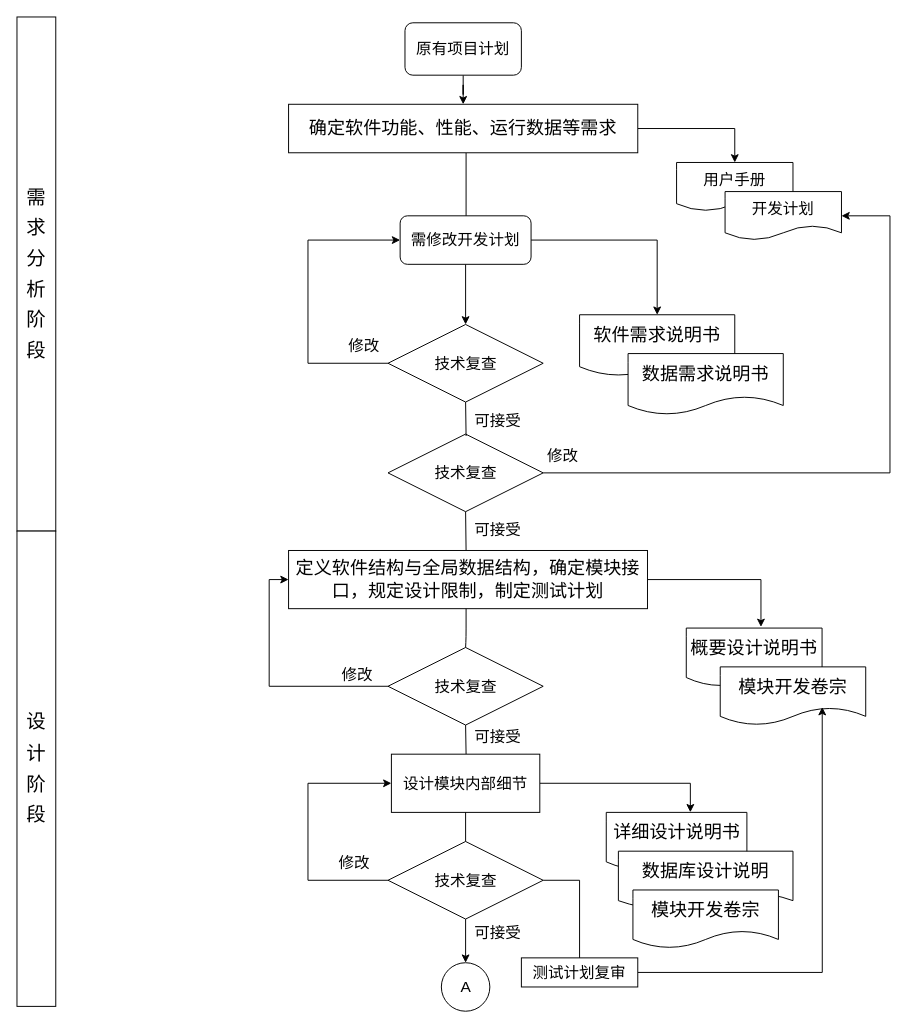
The draw.io diagram page "Page-1" (1 of 2) of Untitled Diagram.drawio in lhh3508168735/lhh19070119, before the edit. Source tidied: cells renumbered, new cells numbered last; positions are measured from the earlier drawing's top-left corner, leaving out a move shared by most shapes. Both pictures are drawn from the tidied source at 97%, with x=0, y=0 at pixel (16, 16).
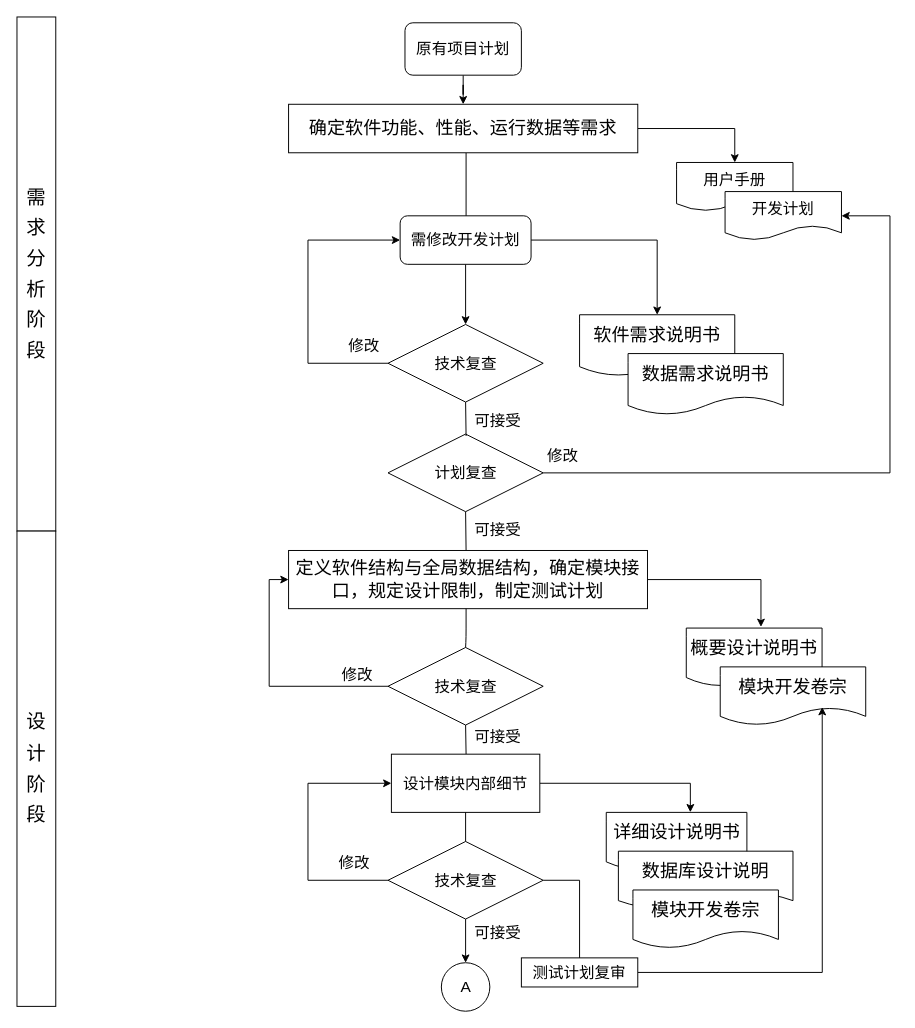
After the change.

Change to the diagram source:
```diff
@@
-    <mxCell id="15" value="技术复查" style="rhombus;whiteSpace=wrap;html=1;fontSize=16;" parent="1" vertex="1">
+    <mxCell id="15" value="计划复查" style="rhombus;whiteSpace=wrap;html=1;fontSize=16;" parent="1" vertex="1">
       <mxGeometry x="382.5" y="430" width="160" height="80" as="geometry" />
     </mxCell>
```
